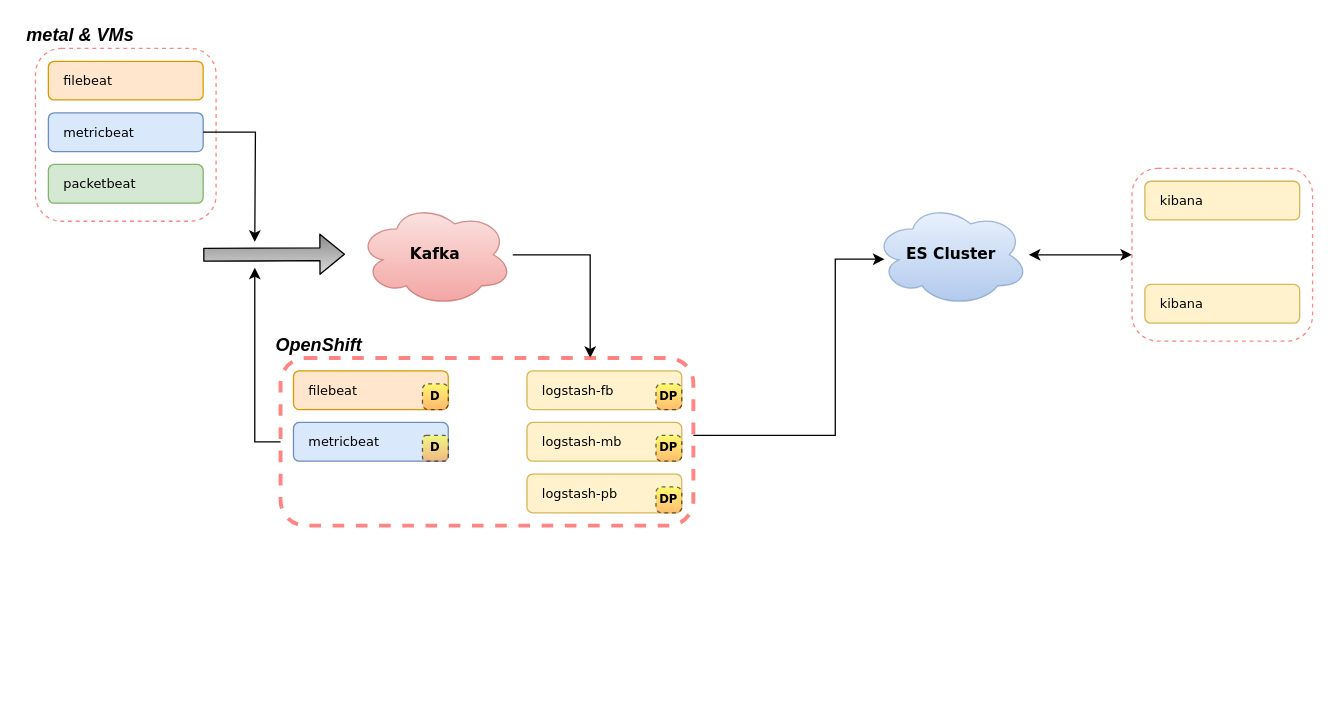
slmingol/diagram_assets keeps this draw.io diagram as architecture/belk_kafka_k8s_w_logstash.drawio. Above is the earlier version. Source tidied: cells renumbered, new cells numbered last; positions are measured from the earlier drawing's top-left corner, leaving out a move shared by most shapes. Both pictures are drawn from the tidied source at 129%, with x=0, y=0 at pixel (22, 22).
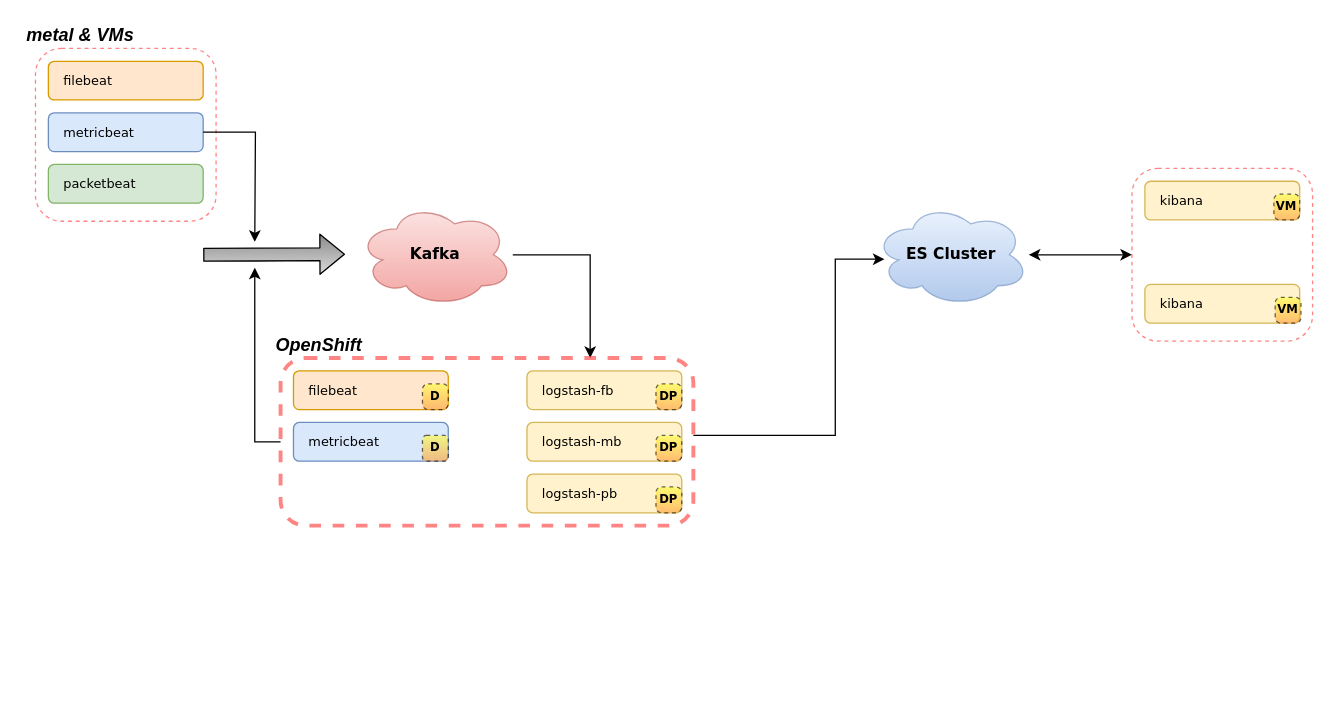
After the change.

The change refers to these unchanged cells:
```xml
<mxCell id="12" style="group;" parent="11" vertex="1">
  <mxGeometry width="140" height="134" as="geometry" />
</mxCell>
```

Diff of the diagram source:
```diff
@@
+    <mxCell id="35" value="VM" style="rounded=1;whiteSpace=wrap;html=1;fontSize=9;fontStyle=1;gradientColor=#FF9933;fillColor=#FFFF33;fontFamily=Verdana;dashed=1;opacity=60;arcSize=22;" parent="12" vertex="1">
+      <mxGeometry x="110" y="20" width="20" height="20" as="geometry" />
+    </mxCell>
+    <mxCell id="36" value="VM" style="rounded=1;whiteSpace=wrap;html=1;fontSize=9;fontStyle=1;gradientColor=#FF9933;fillColor=#FFFF33;fontFamily=Verdana;dashed=1;opacity=60;arcSize=22;" parent="12" vertex="1">
+      <mxGeometry x="111" y="100" width="20" height="20" as="geometry" />
+    </mxCell>
```
